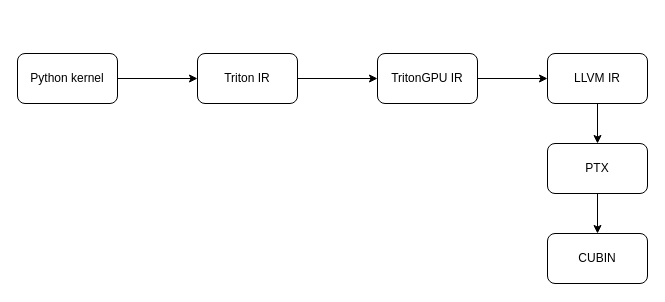
Earlier version of the draw.io diagram triton-publish.drawio (Superjomn/_tmp_images). Source tidied: cells renumbered, new cells numbered last; positions are measured from the earlier drawing's top-left corner, leaving out a move shared by most shapes. Both pictures are drawn from the tidied source at 100%, with x=0, y=0 at pixel (17, 53).
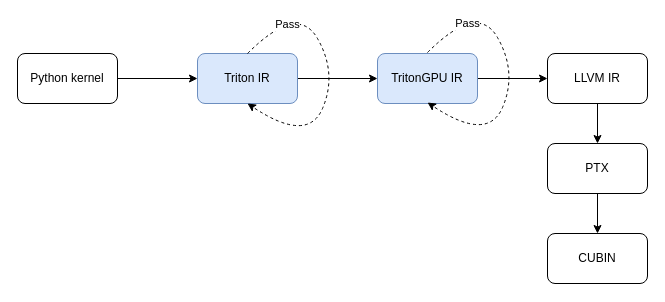
Above is the later version.

Change to the diagram source:
```diff
@@
-    <mxCell id="5" value="Triton IR" style="rounded=1;whiteSpace=wrap;html=1;" parent="1" vertex="1">
+    <mxCell id="5" value="Triton IR" style="rounded=1;whiteSpace=wrap;html=1;fillColor=#dae8fc;strokeColor=#6c8ebf;" parent="1" vertex="1">
       <mxGeometry x="180" width="100" height="50" as="geometry" />
     </mxCell>
@@
-    <mxCell id="7" value="TritonGPU IR" style="rounded=1;whiteSpace=wrap;html=1;" parent="1" vertex="1">
+    <mxCell id="7" value="TritonGPU IR" style="rounded=1;whiteSpace=wrap;html=1;fillColor=#dae8fc;strokeColor=#6c8ebf;" parent="1" vertex="1">
       <mxGeometry x="360" width="100" height="50" as="geometry" />
     </mxCell>
@@
+    <mxCell id="13" style="curved=1;endArrow=classic;html=1;rounded=0;exitX=0.5;exitY=0;exitDx=0;exitDy=0;entryX=0.5;entryY=1;entryDx=0;entryDy=0;dashed=1;" parent="1" edge="1" source="5" target="5">
+      <mxGeometry relative="1" as="geometry">
+        <Array as="points">
+          <mxPoint x="280" y="-50" />
+          <mxPoint x="320" y="20" />
+          <mxPoint x="290" y="90" />
+        </Array>
+      </mxGeometry>
+    </mxCell>
+    <mxCell id="14" value="Pass" style="edgeLabel;html=1;align=center;verticalAlign=middle;" parent="13" vertex="1">
+      <mxGeometry x="-0.67" y="-7" relative="1" as="geometry" />
+    </mxCell>
+    <mxCell id="15" style="curved=1;endArrow=classic;html=1;rounded=0;exitX=0.5;exitY=0;exitDx=0;exitDy=0;entryX=0.5;entryY=1;entryDx=0;entryDy=0;dashed=1;" parent="1" edge="1">
+      <mxGeometry relative="1" as="geometry">
+        <mxPoint x="410" y="-1" as="sourcePoint" />
+        <mxPoint x="410" y="49" as="targetPoint" />
+        <Array as="points">
+          <mxPoint x="460" y="-51" />
+          <mxPoint x="500" y="19" />
+          <mxPoint x="470" y="89" />
+        </Array>
+      </mxGeometry>
+    </mxCell>
+    <mxCell id="16" value="Pass" style="edgeLabel;html=1;align=center;verticalAlign=middle;" parent="15" vertex="1">
+      <mxGeometry x="-0.67" y="-7" relative="1" as="geometry" />
+    </mxCell>
```
